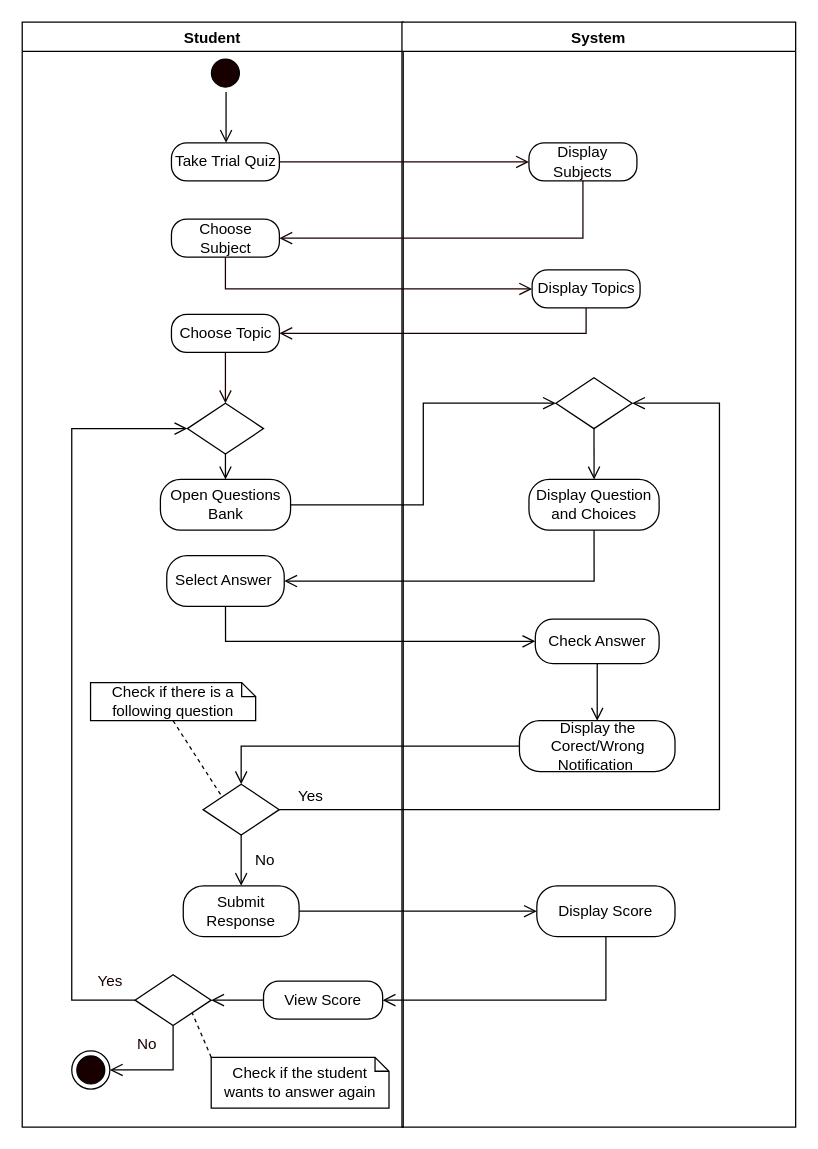
This is page "Take Trial Quiz" (2 of 7) of REVISIONS/UML-DIAGRAMS/6-28-2021/ACTIVITY DIAGRAM/ACTIVITY DIAGRAM3.drawio from mrklglsn/CAPSTONE-FILES, a draw.io file, before an edit. Source tidied: cells renumbered, new cells numbered last; positions are measured from the earlier drawing's top-left corner, leaving out a move shared by most shapes. Both pictures are drawn from the tidied source at 127%, with x=0, y=0 at pixel (22, 22).
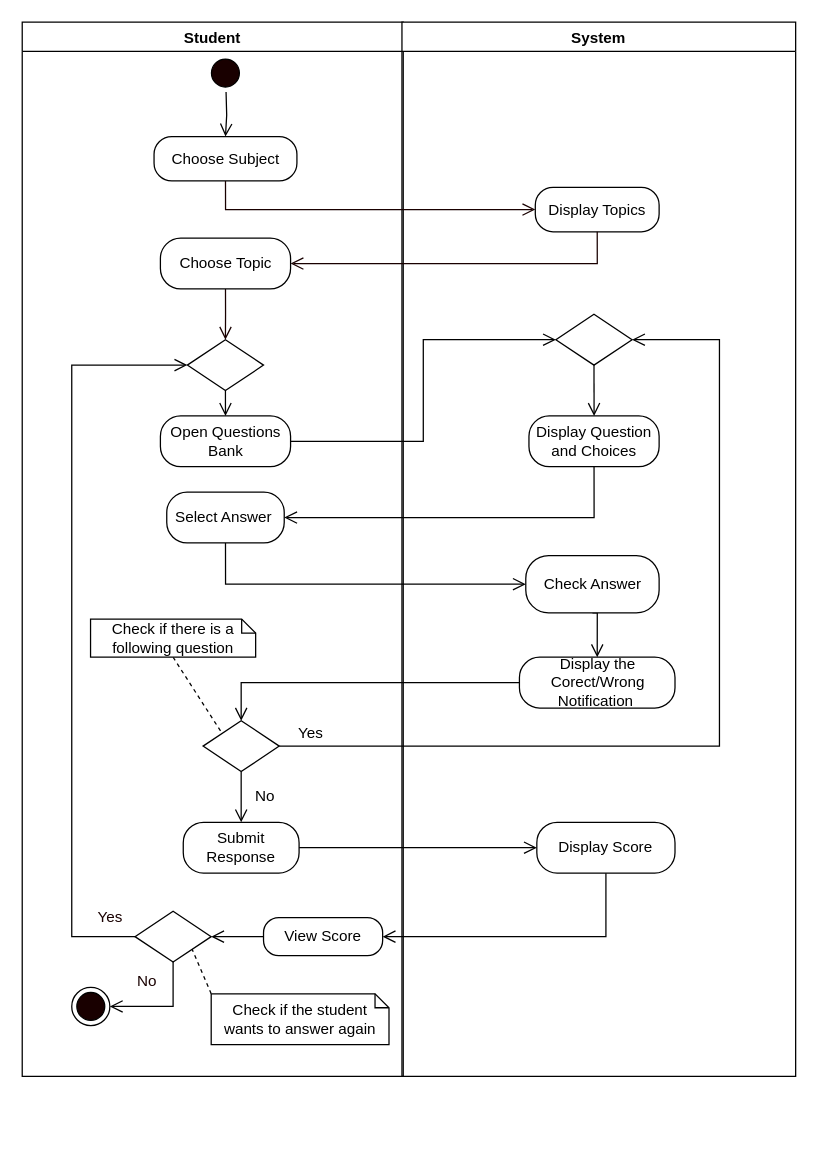
After the change.

What changed in the source:
```diff
@@
     <mxCell id="2" value="Student" style="swimlane;startSize=23;" parent="1" vertex="1">
-      <mxGeometry width="300" height="870" as="geometry" />
+      <mxGeometry width="300" height="830" as="geometry" />
     </mxCell>
@@
-    <mxCell id="4" style="edgeStyle=orthogonalEdgeStyle;html=1;verticalAlign=bottom;endArrow=open;endSize=8;" parent="2" edge="1">
+    <mxCell id="4" style="edgeStyle=orthogonalEdgeStyle;html=1;verticalAlign=bottom;endArrow=open;endSize=8;entryX=0.5;entryY=0;entryDx=0;entryDy=0;rounded=0;" parent="2" edge="1" target="6">
       <mxGeometry relative="1" as="geometry">
         <mxPoint x="160.5" y="55" as="sourcePoint" />
-        <mxPoint x="160.5" y="95" as="targetPoint" />
       </mxGeometry>
     </mxCell>
-    <mxCell id="5" value="Take Trial Quiz" style="rounded=1;whiteSpace=wrap;html=1;arcSize=40;" parent="2" vertex="1">
-      <mxGeometry x="117.5" y="95" width="85" height="30" as="geometry" />
-    </mxCell>
     <mxCell id="6" value="Choose Subject" style="rounded=1;whiteSpace=wrap;html=1;arcSize=40;" parent="2" vertex="1">
-      <mxGeometry x="117.5" y="155" width="85" height="30" as="geometry" />
+      <mxGeometry x="103.8" y="90" width="112.5" height="35" as="geometry" />
     </mxCell>
     <mxCell id="7" style="edgeStyle=orthogonalEdgeStyle;rounded=0;jettySize=auto;html=1;exitX=0.5;exitY=1;exitDx=0;exitDy=0;fontColor=#FFFFFF;endArrow=open;endFill=0;endSize=8;strokeColor=#190000;" parent="2" edge="1" source="8">
       <mxGeometry relative="1" as="geometry">
-        <mxPoint x="160" y="300" as="targetPoint" />
+        <mxPoint x="160" y="250" as="targetPoint" />
       </mxGeometry>
     </mxCell>
     <mxCell id="8" value="Choose Topic" style="rounded=1;whiteSpace=wrap;html=1;arcSize=40;" parent="2" vertex="1">
-      <mxGeometry x="117.5" y="230" width="85" height="30" as="geometry" />
+      <mxGeometry x="108.8" y="170" width="102.5" height="40" as="geometry" />
     </mxCell>
     <mxCell id="9" value="Open Questions Bank" style="rounded=1;whiteSpace=wrap;html=1;arcSize=40;" parent="2" vertex="1">
-      <mxGeometry x="108.8" y="360" width="102.5" height="40" as="geometry" />
+      <mxGeometry x="108.8" y="310" width="102.5" height="40" as="geometry" />
     </mxCell>
     <mxCell id="10" value="Select Answer&amp;nbsp;" style="rounded=1;whiteSpace=wrap;html=1;arcSize=40;" parent="2" vertex="1">
-      <mxGeometry x="113.8" y="420" width="92.5" height="40" as="geometry" />
+      <mxGeometry x="113.8" y="370" width="92.5" height="40" as="geometry" />
     </mxCell>
     <mxCell id="11" value="Submit Response" style="rounded=1;whiteSpace=wrap;html=1;arcSize=40;" parent="2" vertex="1">
-      <mxGeometry x="126.8" y="680" width="91.2" height="40" as="geometry" />
+      <mxGeometry x="126.8" y="630" width="91.2" height="40" as="geometry" />
     </mxCell>
@@
     <mxCell id="13" style="rhombus;whiteSpace=wrap;html=1;" parent="2" vertex="1">
-      <mxGeometry x="130" y="300" width="60" height="40" as="geometry" />
+      <mxGeometry x="130" y="250" width="60" height="40" as="geometry" />
     </mxCell>
@@
     <mxCell id="15" style="rhombus;whiteSpace=wrap;html=1;" parent="2" vertex="1">
-      <mxGeometry x="142.4" y="600" width="60" height="40" as="geometry" />
+      <mxGeometry x="142.4" y="550" width="60" height="40" as="geometry" />
     </mxCell>
@@
     <mxCell id="17" value="Check if there is a following question" style="shape=note;size=11;whiteSpace=wrap;html=1;strokeWidth=1;" parent="2" vertex="1">
-      <mxGeometry x="53.8" y="520" width="130" height="30" as="geometry" />
+      <mxGeometry x="53.8" y="470" width="130" height="30" as="geometry" />
     </mxCell>
@@
     <mxCell id="19" style="rhombus;whiteSpace=wrap;html=1;" parent="2" vertex="1">
-      <mxGeometry x="88.8" y="750" width="60" height="40" as="geometry" />
+      <mxGeometry x="88.8" y="700" width="60" height="40" as="geometry" />
     </mxCell>
     <mxCell id="20" style="edgeStyle=orthogonalEdgeStyle;rounded=0;jumpStyle=arc;jumpSize=14;jettySize=auto;html=1;exitX=0;exitY=0.5;exitDx=0;exitDy=0;entryX=0;entryY=0.5;entryDx=0;entryDy=0;endArrow=open;endFill=0;startSize=9;endSize=8;" parent="2" edge="1" source="19" target="13">
       <mxGeometry relative="1" as="geometry">
         <Array as="points">
-          <mxPoint x="39" y="770" />
-          <mxPoint x="39" y="320" />
+          <mxPoint x="39" y="720" />
+          <mxPoint x="39" y="270" />
         </Array>
       </mxGeometry>
     </mxCell>
     <mxCell id="21" value="&lt;font color=&quot;#190000&quot;&gt;Yes&lt;/font&gt;" style="text;html=1;align=center;verticalAlign=middle;strokeColor=none;fontColor=#FFFFFF;" parent="2" vertex="1">
-      <mxGeometry x="48.8" y="745" width="40" height="20" as="geometry" />
+      <mxGeometry x="48.8" y="695" width="40" height="20" as="geometry" />
     </mxCell>
     <mxCell id="22" style="ellipse;html=1;shape=endState;fillColor=#190000;" parent="2" vertex="1">
-      <mxGeometry x="39" y="810" width="30" height="30" as="geometry" />
+      <mxGeometry x="39" y="760" width="30" height="30" as="geometry" />
     </mxCell>
     <mxCell id="23" value="&lt;font color=&quot;#190000&quot;&gt;No&lt;/font&gt;" style="text;html=1;align=center;verticalAlign=middle;strokeColor=none;fontColor=#FFFFFF;" parent="2" vertex="1">
-      <mxGeometry x="82.5" y="795" width="30" height="20" as="geometry" />
+      <mxGeometry x="82.5" y="745" width="30" height="20" as="geometry" />
     </mxCell>
@@
     <mxCell id="25" value="View Score" style="rounded=1;whiteSpace=wrap;html=1;arcSize=40;" parent="2" vertex="1">
-      <mxGeometry x="190" y="755" width="93.8" height="30" as="geometry" />
+      <mxGeometry x="190" y="705" width="93.8" height="30" as="geometry" />
     </mxCell>
@@
     <mxCell id="27" value="Check if the student wants to answer again" style="shape=note;size=11;whiteSpace=wrap;html=1;strokeWidth=1;" parent="2" vertex="1">
-      <mxGeometry x="148.8" y="815" width="140" height="40" as="geometry" />
+      <mxGeometry x="148.8" y="765" width="140" height="40" as="geometry" />
     </mxCell>
     <mxCell id="28" value="No" style="text;html=1;align=center;verticalAlign=middle;strokeColor=none;" parent="2" vertex="1">
-      <mxGeometry x="176.2" y="650" width="30" height="20" as="geometry" />
+      <mxGeometry x="176.2" y="600" width="30" height="20" as="geometry" />
     </mxCell>
     <mxCell id="29" value="System" style="swimlane;" parent="1" vertex="1">
-      <mxGeometry x="299" width="310" height="870" as="geometry" />
+      <mxGeometry x="299" width="310" height="830" as="geometry" />
     </mxCell>
-    <mxCell id="30" value="Display Subjects" style="rounded=1;whiteSpace=wrap;html=1;arcSize=40;" parent="29" vertex="1">
-      <mxGeometry x="100" y="95" width="85" height="30" as="geometry" />
-    </mxCell>
     <mxCell id="31" value="Display Topics" style="rounded=1;whiteSpace=wrap;html=1;arcSize=40;" parent="29" vertex="1">
-      <mxGeometry x="102.5" y="195" width="85" height="30" as="geometry" />
+      <mxGeometry x="105" y="130" width="97.5" height="35" as="geometry" />
     </mxCell>
     <mxCell id="32" value="Display the Corect/Wrong Notification&amp;nbsp;" style="rounded=1;whiteSpace=wrap;html=1;arcSize=40;" parent="29" vertex="1">
-      <mxGeometry x="92.5" y="550" width="122.5" height="40" as="geometry" />
+      <mxGeometry x="92.5" y="500" width="122.5" height="40" as="geometry" />
     </mxCell>
     <mxCell id="33" value="Display Score" style="rounded=1;whiteSpace=wrap;html=1;arcSize=40;" parent="29" vertex="1">
-      <mxGeometry x="106.2" y="680" width="108.8" height="40" as="geometry" />
+      <mxGeometry x="106.2" y="630" width="108.8" height="40" as="geometry" />
     </mxCell>
     <mxCell id="34" value="Display Question and Choices" style="rounded=1;whiteSpace=wrap;html=1;arcSize=40;" parent="29" vertex="1">
-      <mxGeometry x="100" y="360" width="102.5" height="40" as="geometry" />
+      <mxGeometry x="100" y="310" width="102.5" height="40" as="geometry" />
     </mxCell>
@@
     <mxCell id="36" style="rhombus;whiteSpace=wrap;html=1;" parent="29" vertex="1">
-      <mxGeometry x="121.2" y="280" width="60" height="40" as="geometry" />
+      <mxGeometry x="121.2" y="230" width="60" height="40" as="geometry" />
     </mxCell>
@@
     <mxCell id="38" value="Check Answer" style="rounded=1;whiteSpace=wrap;html=1;arcSize=40;" parent="29" vertex="1">
-      <mxGeometry x="105" y="470" width="97.5" height="35" as="geometry" />
+      <mxGeometry x="97.5" y="420" width="105" height="45" as="geometry" />
     </mxCell>
-    <mxCell id="39" style="edgeStyle=orthogonalEdgeStyle;rounded=0;jettySize=auto;html=1;exitX=1;exitY=0.5;exitDx=0;exitDy=0;entryX=0;entryY=0.5;entryDx=0;entryDy=0;fontColor=#FFFFFF;endArrow=open;endFill=0;endSize=8;strokeColor=#190000;" parent="1" edge="1" source="5" target="30">
-      <mxGeometry relative="1" as="geometry" />
-    </mxCell>
-    <mxCell id="40" style="edgeStyle=orthogonalEdgeStyle;rounded=0;jettySize=auto;html=1;exitX=0.5;exitY=1;exitDx=0;exitDy=0;entryX=1;entryY=0.5;entryDx=0;entryDy=0;fontColor=#FFFFFF;endArrow=open;endFill=0;endSize=8;strokeColor=#190000;" parent="1" edge="1" source="30" target="6">
-      <mxGeometry relative="1" as="geometry" />
-    </mxCell>
@@
     <mxCell id="47" style="edgeStyle=orthogonalEdgeStyle;rounded=0;jettySize=auto;html=1;entryX=1;entryY=0.5;entryDx=0;entryDy=0;endArrow=open;endFill=0;endSize=8;exitX=1;exitY=0.5;exitDx=0;exitDy=0;" parent="1" edge="1" source="15" target="36">
       <mxGeometry relative="1" as="geometry">
         <Array as="points">
-          <mxPoint x="549" y="620" />
-          <mxPoint x="549" y="300" />
+          <mxPoint x="549" y="570" />
+          <mxPoint x="549" y="250" />
         </Array>
       </mxGeometry>
     </mxCell>
     <mxCell id="48" value="Yes" style="text;html=1;align=center;verticalAlign=middle;strokeColor=none;" parent="1" vertex="1">
-      <mxGeometry x="206.5" y="600" width="40" height="20" as="geometry" />
+      <mxGeometry x="206.5" y="550" width="40" height="20" as="geometry" />
     </mxCell>
```
